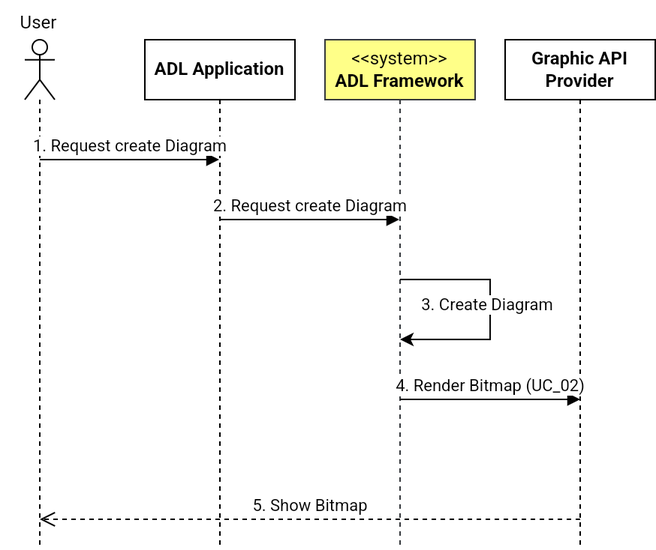
Earlier version of the draw.io export img/CreateDiagram.drawio.png (phunm211/SW-Associate-Architecture). Source tidied: cells renumbered, new cells last; positions are measured from the earlier drawing's top-left corner, leaving out a move shared by most shapes.
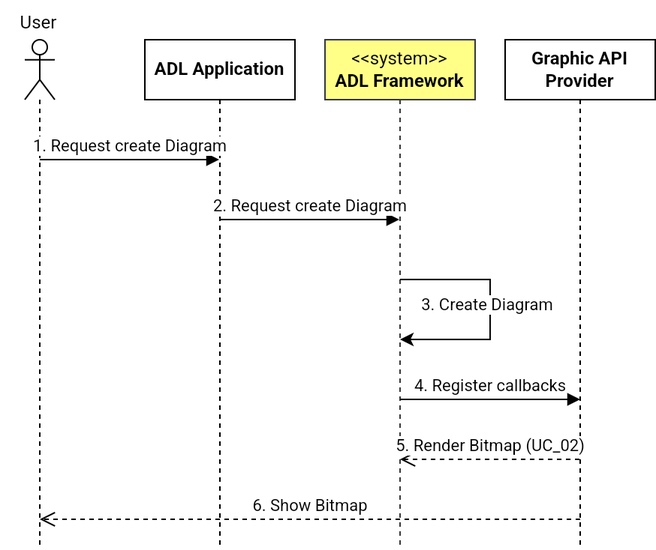
Above is the later version.

Diff of the diagram source:
```diff
@@ -27,13 +27,13 @@
         <mxPoint x="146" y="146" as="sourcePoint" />
       </mxGeometry>
     </mxCell>
-    <mxCell id="9" value="4. Render Bitmap (UC_02)" style="html=1;verticalAlign=bottom;endArrow=block;curved=0;rounded=0;" parent="1" edge="1">
+    <mxCell id="9" value="4. Register callbacks" style="html=1;verticalAlign=bottom;endArrow=block;curved=0;rounded=0;" parent="1" edge="1">
       <mxGeometry relative="1" as="geometry">
         <mxPoint x="266" y="266" as="sourcePoint" />
         <mxPoint x="386" y="266" as="targetPoint" />
       </mxGeometry>
     </mxCell>
-    <mxCell id="10" value="5. Show Bitmap" style="html=1;verticalAlign=bottom;endArrow=open;dashed=1;endSize=8;curved=0;rounded=0;" parent="1" edge="1">
+    <mxCell id="10" value="6. Show Bitmap" style="html=1;verticalAlign=bottom;endArrow=open;dashed=1;endSize=8;curved=0;rounded=0;" parent="1" edge="1">
       <mxGeometry relative="1" as="geometry">
         <mxPoint x="386" y="346" as="sourcePoint" />
         <mxPoint x="26" y="346" as="targetPoint" />
@@ -51,5 +51,10 @@
     <mxCell id="12" value="3. Create Diagram" style="edgeLabel;html=1;align=center;verticalAlign=middle;" parent="11" vertex="1">
       <mxGeometry x="-0.04" y="-2" relative="1" as="geometry" />
     </mxCell>
+    <mxCell id="13" value="5. Render Bitmap (UC_02)" style="html=1;verticalAlign=bottom;endArrow=open;dashed=1;endSize=8;curved=0;rounded=0;" parent="1" edge="1" source="5">
+      <mxGeometry relative="1" as="geometry">
+        <mxPoint x="266" y="306" as="targetPoint" />
+      </mxGeometry>
+    </mxCell>
   </root>
 </mxGraphModel>
```
